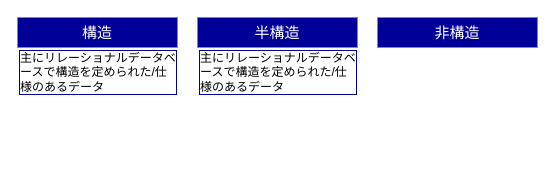
The draw.io diagram データ形式.drawio in motohalu/HelloGit, before the edit. Source tidied: cells renumbered, new cells numbered last; positions are measured from the earlier drawing's top-left corner, leaving out a move shared by most shapes. Both pictures are drawn from the tidied source at 100%, with x=0, y=0 at pixel (17, 17).
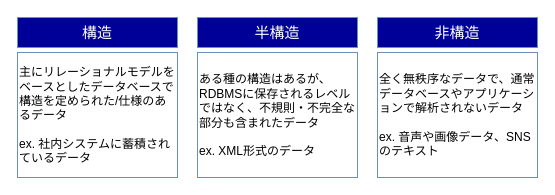
After the change.

Commit message (it also covers changes not shown here):
データ形式.drawio を更新します

What changed in the source:
```diff
@@
 <mxGraphModel background="#ffffff">
   <root>
     <mxCell id="0" />
     <mxCell id="1" parent="0" />
     <mxCell id="2" value="&lt;font color=&quot;#ffffff&quot; style=&quot;font-size: 15px;&quot;&gt;&lt;span style=&quot;font-size: 15px;&quot;&gt;構造&lt;/span&gt;&lt;/font&gt;" style="rounded=0;whiteSpace=wrap;html=1;labelBackgroundColor=#000099;fontSize=15;fillColor=#000099;strokeColor=#6c8ebf;" parent="1" vertex="1">
       <mxGeometry width="160" height="30" as="geometry" />
     </mxCell>
     <mxCell id="3" value="&lt;font color=&quot;#ffffff&quot;&gt;&lt;span&gt;半構造&lt;/span&gt;&lt;/font&gt;" style="rounded=0;whiteSpace=wrap;html=1;labelBackgroundColor=#000099;fontSize=15;fillColor=#000099;strokeColor=#6c8ebf;" parent="1" vertex="1">
       <mxGeometry x="180" width="160" height="30" as="geometry" />
     </mxCell>
     <mxCell id="4" value="&lt;font color=&quot;#ffffff&quot;&gt;&lt;span&gt;非構造&lt;/span&gt;&lt;/font&gt;" style="rounded=0;whiteSpace=wrap;html=1;labelBackgroundColor=#000099;fontSize=15;fillColor=#000099;strokeColor=#6c8ebf;" parent="1" vertex="1">
       <mxGeometry x="360" width="160" height="30" as="geometry" />
     </mxCell>
-    <mxCell id="5" value="主にリレーショナルデータベースで構造を定められた/仕様のあるデータ" style="text;html=1;strokeColor=none;fillColor=none;align=left;verticalAlign=middle;whiteSpace=wrap;rounded=0;labelBackgroundColor=none;fontSize=12;fontColor=#000000;labelBorderColor=#000099;" parent="1" vertex="1">
-      <mxGeometry y="30" width="160" height="50" as="geometry" />
-    </mxCell>
-    <mxCell id="6" value="主にリレーショナルデータベースで構造を定められた/仕様のあるデータ" style="text;html=1;strokeColor=none;fillColor=none;align=left;verticalAlign=middle;whiteSpace=wrap;rounded=0;labelBackgroundColor=none;fontSize=12;fontColor=#000000;labelBorderColor=#000099;" parent="1" vertex="1">
-      <mxGeometry x="180" y="30" width="160" height="50" as="geometry" />
-    </mxCell>
+    <mxCell id="7" value="主にリレーショナルモデルをベースとしたデータベースで構造を定められた/仕様のあるデータ&lt;br&gt;&lt;br&gt;ex. 社内システムに蓄積されているデータ" style="rounded=0;whiteSpace=wrap;html=1;labelBackgroundColor=#FFFFFF;fontSize=12;align=left;fillColor=#FFFFFF;strokeColor=#6c8ebf;" parent="1" vertex="1">
+      <mxGeometry y="35" width="160" height="125" as="geometry" />
+    </mxCell>
+    <mxCell id="8" value="ある種の構造はあるが、RDBMSに保存されるレベルではなく、不規則・不完全な部分も含まれたデータ&lt;br&gt;&lt;br&gt;ex. XML形式のデータ" style="rounded=0;whiteSpace=wrap;html=1;labelBackgroundColor=#FFFFFF;fontSize=12;align=left;fillColor=#FFFFFF;strokeColor=#6c8ebf;" parent="1" vertex="1">
+      <mxGeometry x="180" y="35" width="160" height="125" as="geometry" />
+    </mxCell>
+    <mxCell id="9" value="全く無秩序なデータで、通常データベースやアプリケーションで解析されないデータ&lt;br&gt;&lt;br&gt;ex. 音声や画像データ、SNSのテキスト" style="rounded=0;whiteSpace=wrap;html=1;labelBackgroundColor=#FFFFFF;fontSize=12;align=left;fillColor=#FFFFFF;strokeColor=#6c8ebf;" parent="1" vertex="1">
+      <mxGeometry x="360" y="35" width="160" height="125" as="geometry" />
+    </mxCell>
   </root>
 </mxGraphModel>
```
